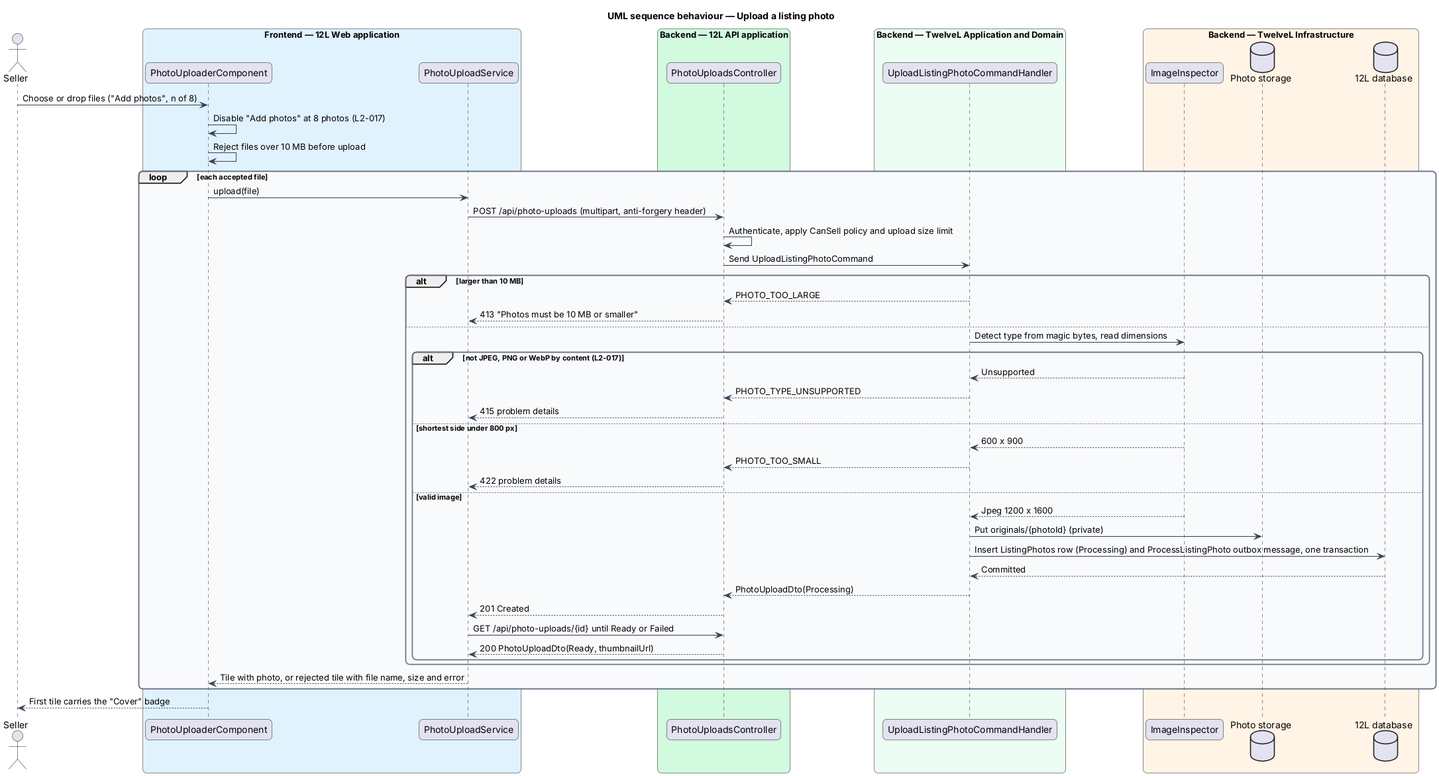
Earlier version of the PlantUML export docs/detailed-designs/listings/upload-listing-photos/diagrams/sequence-upload-photo.png (QuinntyneBrown/12l). The source it was exported from:
```plantuml
@startuml
title UML sequence behaviour — Upload a listing photo
skinparam backgroundColor #FFFFFF
skinparam shadowing false
skinparam roundcorner 12
skinparam defaultFontName Arial
skinparam ArrowColor #344054
skinparam rectangle {
  BorderColor #344054
  FontColor #101828
}
skinparam package {
  BorderColor #667085
  FontColor #101828
  BackgroundColor #F9FAFB
}
actor "Seller" as actor
box "Frontend — 12L Web application" #E0F2FE
  participant "PhotoUploaderComponent" as up
  participant "PhotoUploadService" as client
end box
box "Backend — 12L API application" #D1FADF
  participant "PhotoUploadsController" as controller
end box
box "Backend — TwelveL Application and Domain" #ECFDF3
  participant "UploadListingPhotoCommandHandler" as handler
end box
box "Backend — TwelveL Infrastructure" #FFF4E5
  participant "ImageInspector" as inspector
  database "Photo storage" as storage
  database "12L database" as db
end box
actor -> up : Choose or drop files ("Add photos", n of 8)
up -> up : Disable "Add photos" at 8 photos (L2-017)
up -> up : Reject files over 10 MB before upload
loop each accepted file
  up -> client : upload(file)
  client -> controller : POST /api/photo-uploads (multipart, anti-forgery header)
  controller -> controller : Authenticate, apply CanSell policy and upload size limit
  controller -> handler : Send UploadListingPhotoCommand
  alt larger than 10 MB
    handler --> controller : PHOTO_TOO_LARGE
    controller --> client : 413 "Photos must be 10 MB or smaller"
  else
    handler -> inspector : Detect type from magic bytes, read dimensions
    alt not JPEG, PNG or WebP by content (L2-017)
      inspector --> handler : Unsupported
      handler --> controller : PHOTO_TYPE_UNSUPPORTED
      controller --> client : 415 problem details
    else shortest side under 800 px
      inspector --> handler : 600 x 900
      handler --> controller : PHOTO_TOO_SMALL
      controller --> client : 422 problem details
    else valid image
      inspector --> handler : Jpeg 1200 x 1600
      handler -> storage : Put originals/{photoId} (private)
      handler -> db : Insert ListingPhotos row (Processing) and ProcessListingPhoto outbox message, one transaction
      db --> handler : Committed
      handler --> controller : PhotoUploadDto(Processing)
      controller --> client : 201 Created
      client -> controller : GET /api/photo-uploads/{id} until Ready or Failed
      controller --> client : 200 PhotoUploadDto(Ready, thumbnailUrl)
    end
  end
  client --> up : Tile with photo, or rejected tile with file name, size and error
end
up --> actor : First tile carries the "Cover" badge
@enduml
```
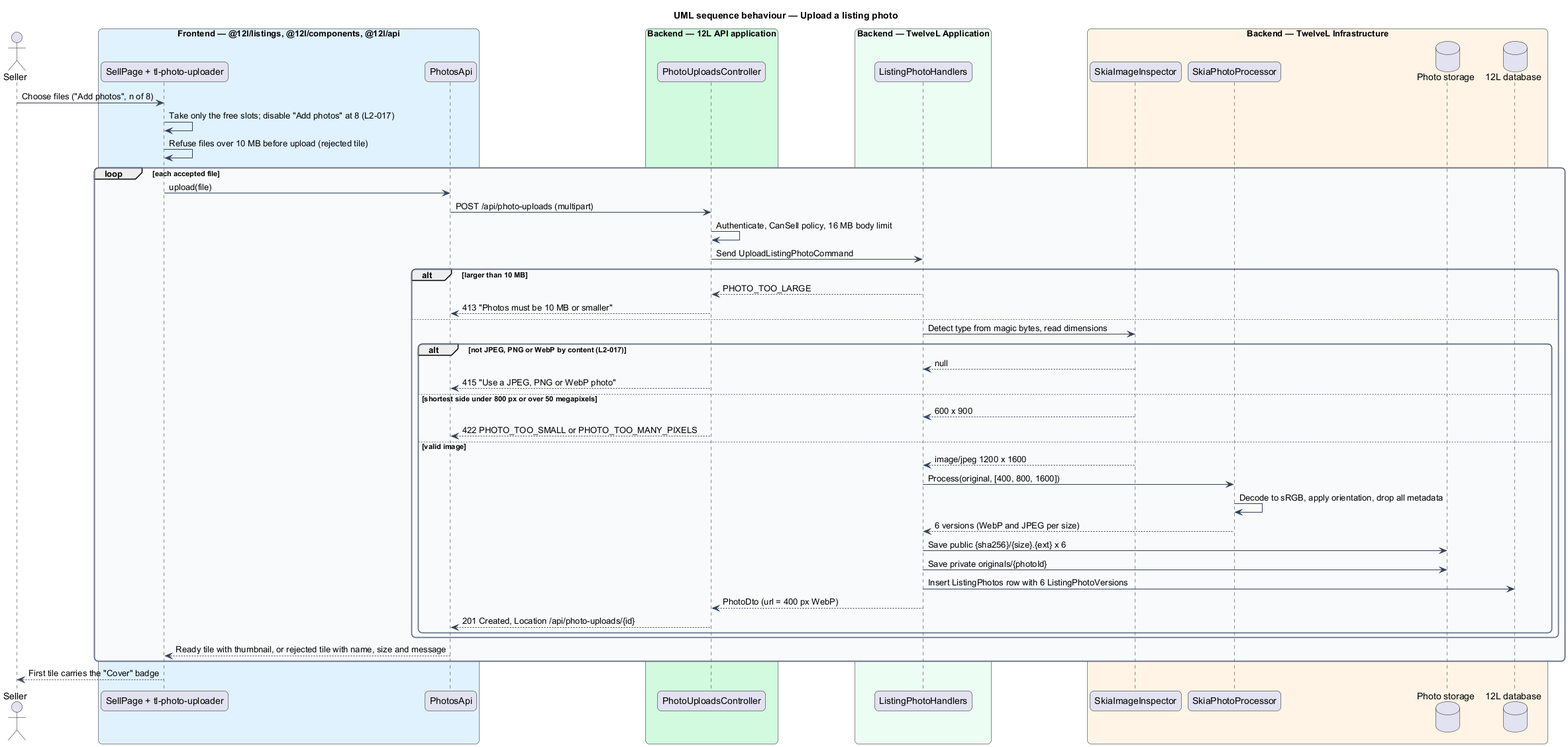
The same file after the commit.

What changed in the source:
```diff
@@ -15,28 +15,29 @@
   BackgroundColor #F9FAFB
 }
 actor "Seller" as actor
-box "Frontend — 12L Web application" #E0F2FE
-  participant "PhotoUploaderComponent" as up
-  participant "PhotoUploadService" as client
+box "Frontend — @12l/listings, @12l/components, @12l/api" #E0F2FE
+  participant "SellPage + tl-photo-uploader" as up
+  participant "PhotosApi" as client
 end box
 box "Backend — 12L API application" #D1FADF
   participant "PhotoUploadsController" as controller
 end box
-box "Backend — TwelveL Application and Domain" #ECFDF3
-  participant "UploadListingPhotoCommandHandler" as handler
+box "Backend — TwelveL Application" #ECFDF3
+  participant "ListingPhotoHandlers" as handler
 end box
 box "Backend — TwelveL Infrastructure" #FFF4E5
-  participant "ImageInspector" as inspector
+  participant "SkiaImageInspector" as inspector
+  participant "SkiaPhotoProcessor" as processor
   database "Photo storage" as storage
   database "12L database" as db
 end box
-actor -> up : Choose or drop files ("Add photos", n of 8)
-up -> up : Disable "Add photos" at 8 photos (L2-017)
-up -> up : Reject files over 10 MB before upload
+actor -> up : Choose files ("Add photos", n of 8)
+up -> up : Take only the free slots; disable "Add photos" at 8 (L2-017)
+up -> up : Refuse files over 10 MB before upload (rejected tile)
 loop each accepted file
   up -> client : upload(file)
-  client -> controller : POST /api/photo-uploads (multipart, anti-forgery header)
-  controller -> controller : Authenticate, apply CanSell policy and upload size limit
+  client -> controller : POST /api/photo-uploads (multipart)
+  controller -> controller : Authenticate, CanSell policy, 16 MB body limit
   controller -> handler : Send UploadListingPhotoCommand
   alt larger than 10 MB
     handler --> controller : PHOTO_TOO_LARGE
@@ -44,25 +45,24 @@
   else
     handler -> inspector : Detect type from magic bytes, read dimensions
     alt not JPEG, PNG or WebP by content (L2-017)
-      inspector --> handler : Unsupported
-      handler --> controller : PHOTO_TYPE_UNSUPPORTED
-      controller --> client : 415 problem details
-    else shortest side under 800 px
+      inspector --> handler : null
+      controller --> client : 415 "Use a JPEG, PNG or WebP photo"
+    else shortest side under 800 px or over 50 megapixels
       inspector --> handler : 600 x 900
-      handler --> controller : PHOTO_TOO_SMALL
-      controller --> client : 422 problem details
+      controller --> client : 422 PHOTO_TOO_SMALL or PHOTO_TOO_MANY_PIXELS
     else valid image
-      inspector --> handler : Jpeg 1200 x 1600
-      handler -> storage : Put originals/{photoId} (private)
-      handler -> db : Insert ListingPhotos row (Processing) and ProcessListingPhoto outbox message, one transaction
-      db --> handler : Committed
-      handler --> controller : PhotoUploadDto(Processing)
-      controller --> client : 201 Created
-      client -> controller : GET /api/photo-uploads/{id} until Ready or Failed
-      controller --> client : 200 PhotoUploadDto(Ready, thumbnailUrl)
+      inspector --> handler : image/jpeg 1200 x 1600
+      handler -> processor : Process(original, [400, 800, 1600])
+      processor -> processor : Decode to sRGB, apply orientation, drop all metadata
+      processor --> handler : 6 versions (WebP and JPEG per size)
+      handler -> storage : Save public {sha256}/{size}.{ext} x 6
+      handler -> storage : Save private originals/{photoId}
+      handler -> db : Insert ListingPhotos row with 6 ListingPhotoVersions
+      handler --> controller : PhotoDto (url = 400 px WebP)
+      controller --> client : 201 Created, Location /api/photo-uploads/{id}
     end
   end
-  client --> up : Tile with photo, or rejected tile with file name, size and error
+  client --> up : Ready tile with thumbnail, or rejected tile with name, size and message
 end
 up --> actor : First tile carries the "Cover" badge
 @enduml
```
